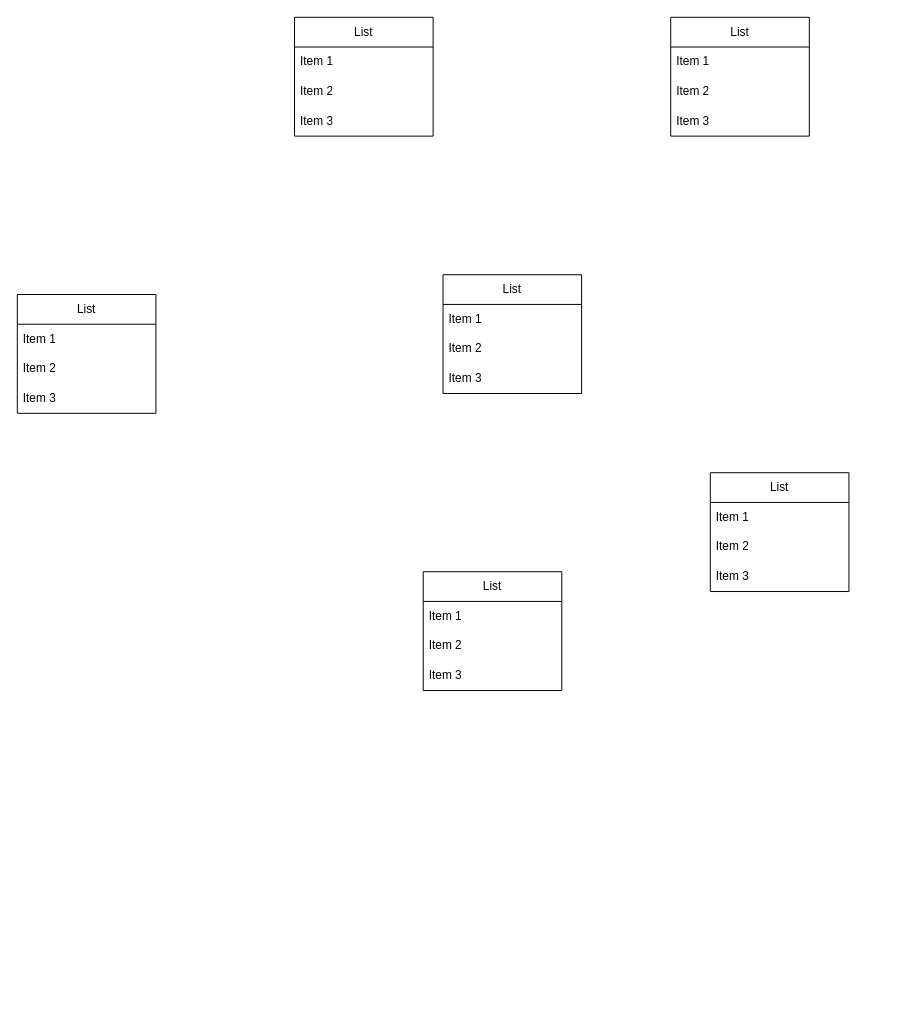
Above: admin/Diagramme sans nom.drawio in Felania-f/supercar (draw.io), before the change. Source tidied: cells renumbered, new cells numbered last; positions are measured from the earlier drawing's top-left corner, leaving out a move shared by most shapes. Both pictures are drawn from the tidied source at 99%, with x=0, y=0 at pixel (17, 17).
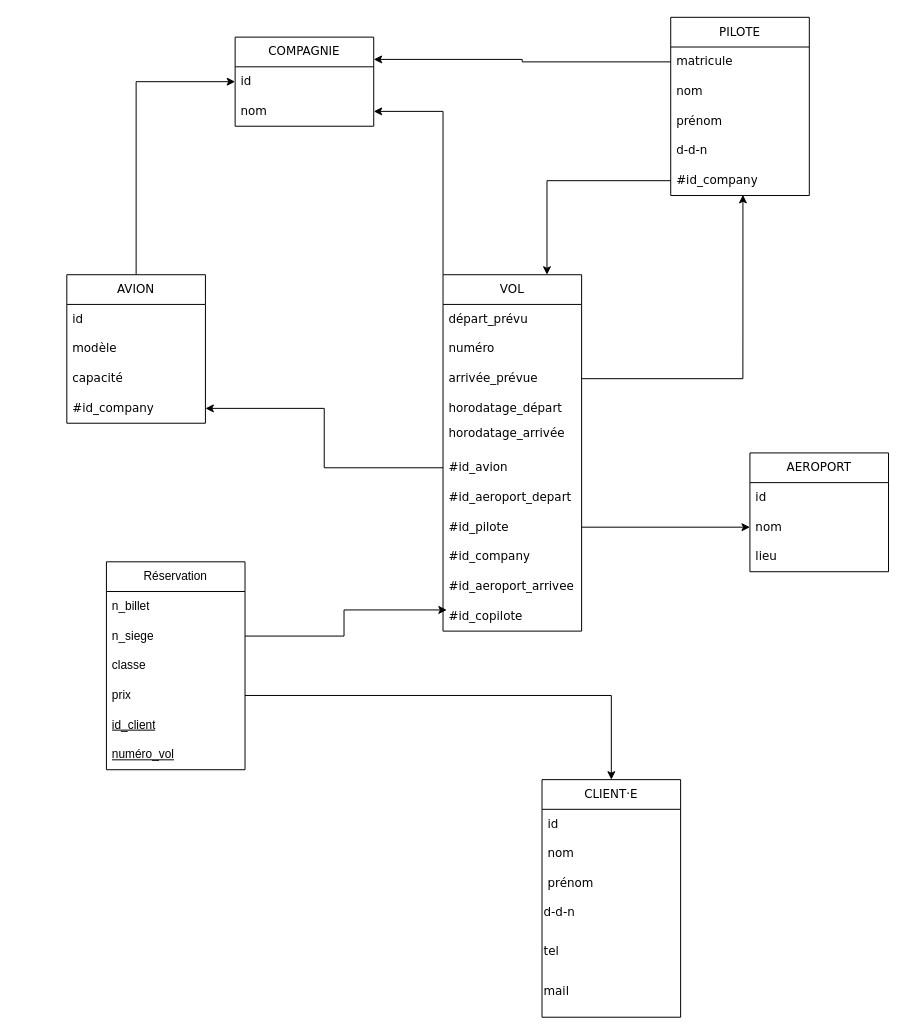
After the change.

Commit message (it also covers changes not shown here):
Mettre à jour Diagramme sans nom.drawio

The edit, as a diff of the source:
```diff
@@
+    <mxCell id="26" style="edgeStyle=orthogonalEdgeStyle;rounded=0;jettySize=auto;html=1;exitX=0;exitY=0;exitDx=0;exitDy=0;entryX=1;entryY=0.5;entryDx=0;entryDy=0;" parent="1" edge="1" source="2" target="8">
+      <mxGeometry relative="1" as="geometry" />
+    </mxCell>
-    <mxCell id="2" value="List" style="swimlane;fontStyle=0;horizontal=1;startSize=30;whiteSpace=wrap;html=1;" parent="1" vertex="1">
-      <mxGeometry x="430" y="260" width="140" height="120" as="geometry" />
+    <mxCell id="2" value="&lt;span style=&quot;font-family: Verdana; text-align: start; text-wrap: nowrap;&quot;&gt;VOL&lt;/span&gt;" style="swimlane;fontStyle=0;horizontal=1;startSize=30;whiteSpace=wrap;html=1;" parent="1" vertex="1">
+      <mxGeometry x="430" y="260" width="140" height="360" as="geometry" />
     </mxCell>
+    <mxCell id="4" value="&lt;span style=&quot;font-family: Verdana; text-wrap: nowrap;&quot;&gt;départ_prévu&lt;/span&gt;" style="text;strokeColor=none;fillColor=none;align=left;verticalAlign=middle;spacingLeft=4;spacingRight=4;overflow=hidden;whiteSpace=wrap;html=1;" parent="2" vertex="1">
+      <mxGeometry y="30" width="140" height="30" as="geometry" />
+    </mxCell>
-    <mxCell id="3" value="Item 1" style="text;strokeColor=none;fillColor=none;align=left;verticalAlign=middle;spacingLeft=4;spacingRight=4;overflow=hidden;whiteSpace=wrap;html=1;" parent="2" vertex="1">
-      <mxGeometry y="30" width="140" height="30" as="geometry" />
+    <mxCell id="3" value="&lt;span style=&quot;font-family: Verdana; text-wrap: nowrap;&quot;&gt;numéro&lt;/span&gt;" style="text;strokeColor=none;fillColor=none;align=left;verticalAlign=middle;spacingLeft=4;spacingRight=4;overflow=hidden;whiteSpace=wrap;html=1;" parent="2" vertex="1">
+      <mxGeometry y="60" width="140" height="30" as="geometry" />
     </mxCell>
-    <mxCell id="4" value="Item 2" style="text;strokeColor=none;fillColor=none;align=left;verticalAlign=middle;spacingLeft=4;spacingRight=4;overflow=hidden;whiteSpace=wrap;html=1;" parent="2" vertex="1">
-      <mxGeometry y="60" width="140" height="30" as="geometry" />
-    </mxCell>
-    <mxCell id="5" value="Item 3" style="text;strokeColor=none;fillColor=none;align=left;verticalAlign=middle;spacingLeft=4;spacingRight=4;overflow=hidden;points=[[0,0.5],[1,0.5]];portConstraint=eastwest;whiteSpace=wrap;html=1;" parent="2" vertex="1">
+    <mxCell id="5" value="&lt;span style=&quot;font-family: Verdana; text-wrap: nowrap;&quot;&gt;arrivée_prévue&lt;/span&gt;" style="text;strokeColor=none;fillColor=none;align=left;verticalAlign=middle;spacingLeft=4;spacingRight=4;overflow=hidden;points=[[0,0.5],[1,0.5]];portConstraint=eastwest;whiteSpace=wrap;html=1;" parent="2" vertex="1">
       <mxGeometry y="90" width="140" height="30" as="geometry" />
     </mxCell>
+    <mxCell id="27" value="&lt;span style=&quot;font-family: Verdana; text-wrap: nowrap;&quot;&gt;horodatage_départ&lt;/span&gt;" style="text;strokeColor=none;fillColor=none;align=left;verticalAlign=middle;spacingLeft=4;spacingRight=4;overflow=hidden;whiteSpace=wrap;html=1;" parent="2" vertex="1">
+      <mxGeometry y="120" width="140" height="30" as="geometry" />
+    </mxCell>
+    <mxCell id="28" value="&lt;span style=&quot;font-family: Verdana; text-wrap: nowrap;&quot;&gt;horodatage_arrivée&lt;/span&gt;&lt;div&gt;&lt;br&gt;&lt;/div&gt;" style="text;strokeColor=none;fillColor=none;align=left;verticalAlign=middle;spacingLeft=4;spacingRight=4;overflow=hidden;whiteSpace=wrap;html=1;" parent="2" vertex="1">
+      <mxGeometry y="150" width="140" height="30" as="geometry" />
+    </mxCell>
+    <mxCell id="29" value="&lt;div&gt;&lt;font face=&quot;Verdana&quot;&gt;&lt;span style=&quot;text-wrap: nowrap;&quot;&gt;#id_avion&lt;/span&gt;&lt;/font&gt;&lt;/div&gt;" style="text;strokeColor=none;fillColor=none;align=left;verticalAlign=middle;spacingLeft=4;spacingRight=4;overflow=hidden;points=[[0,0.5],[1,0.5]];portConstraint=eastwest;whiteSpace=wrap;html=1;" parent="2" vertex="1">
+      <mxGeometry y="180" width="140" height="30" as="geometry" />
+    </mxCell>
+    <mxCell id="30" value="&lt;font face=&quot;Verdana&quot;&gt;&lt;span style=&quot;text-wrap: nowrap;&quot;&gt;#id_aeroport_depart&lt;/span&gt;&lt;/font&gt;" style="text;strokeColor=none;fillColor=none;align=left;verticalAlign=middle;spacingLeft=4;spacingRight=4;overflow=hidden;whiteSpace=wrap;html=1;" parent="2" vertex="1">
+      <mxGeometry y="210" width="140" height="30" as="geometry" />
+    </mxCell>
+    <mxCell id="31" value="&lt;font face=&quot;Verdana&quot;&gt;&lt;span style=&quot;text-wrap: nowrap;&quot;&gt;#id_pilote&lt;/span&gt;&lt;/font&gt;" style="text;strokeColor=none;fillColor=none;align=left;verticalAlign=middle;spacingLeft=4;spacingRight=4;overflow=hidden;points=[[0,0.5],[1,0.5]];portConstraint=eastwest;whiteSpace=wrap;html=1;" parent="2" vertex="1">
+      <mxGeometry y="240" width="140" height="30" as="geometry" />
+    </mxCell>
+    <mxCell id="32" value="&lt;font face=&quot;Verdana&quot;&gt;&lt;span style=&quot;text-wrap: nowrap;&quot;&gt;#id_company&lt;/span&gt;&lt;/font&gt;" style="text;strokeColor=none;fillColor=none;align=left;verticalAlign=middle;spacingLeft=4;spacingRight=4;overflow=hidden;whiteSpace=wrap;html=1;" parent="2" vertex="1">
+      <mxGeometry y="270" width="140" height="30" as="geometry" />
+    </mxCell>
+    <mxCell id="33" value="&lt;font face=&quot;Verdana&quot;&gt;&lt;span style=&quot;text-wrap: nowrap;&quot;&gt;#id_aeroport_arrivee&lt;/span&gt;&lt;/font&gt;" style="text;strokeColor=none;fillColor=none;align=left;verticalAlign=middle;spacingLeft=4;spacingRight=4;overflow=hidden;whiteSpace=wrap;html=1;" parent="2" vertex="1">
+      <mxGeometry y="300" width="140" height="30" as="geometry" />
+    </mxCell>
+    <mxCell id="34" value="&lt;font face=&quot;Verdana&quot;&gt;&lt;span style=&quot;text-wrap: nowrap;&quot;&gt;#id_copilote&lt;/span&gt;&lt;/font&gt;" style="text;strokeColor=none;fillColor=none;align=left;verticalAlign=middle;spacingLeft=4;spacingRight=4;overflow=hidden;points=[[0,0.5],[1,0.5]];portConstraint=eastwest;whiteSpace=wrap;html=1;" parent="2" vertex="1">
+      <mxGeometry y="330" width="140" height="30" as="geometry" />
+    </mxCell>
-    <mxCell id="6" value="List" style="swimlane;fontStyle=0;horizontal=1;startSize=30;whiteSpace=wrap;html=1;" parent="1" vertex="1">
-      <mxGeometry x="280" width="140" height="120" as="geometry" />
+    <mxCell id="6" value="&lt;span style=&quot;font-family: Verdana; text-align: start; text-wrap: nowrap;&quot;&gt;COMPAGNIE&lt;/span&gt;" style="swimlane;fontStyle=0;horizontal=1;startSize=30;whiteSpace=wrap;html=1;" parent="1" vertex="1">
+      <mxGeometry x="220" y="20" width="140" height="90" as="geometry" />
     </mxCell>
-    <mxCell id="7" value="Item 1" style="text;strokeColor=none;fillColor=none;align=left;verticalAlign=middle;spacingLeft=4;spacingRight=4;overflow=hidden;points=[[0,0.5],[1,0.5]];portConstraint=eastwest;whiteSpace=wrap;html=1;" parent="6" vertex="1">
+    <mxCell id="7" value="&lt;span style=&quot;font-family: Verdana; text-wrap: nowrap;&quot;&gt;id&lt;/span&gt;" style="text;strokeColor=none;fillColor=none;align=left;verticalAlign=middle;spacingLeft=4;spacingRight=4;overflow=hidden;points=[[0,0.5],[1,0.5]];portConstraint=eastwest;whiteSpace=wrap;html=1;" parent="6" vertex="1">
       <mxGeometry y="30" width="140" height="30" as="geometry" />
     </mxCell>
-    <mxCell id="8" value="Item 2" style="text;strokeColor=none;fillColor=none;align=left;verticalAlign=middle;spacingLeft=4;spacingRight=4;overflow=hidden;points=[[0,0.5],[1,0.5]];portConstraint=eastwest;whiteSpace=wrap;html=1;" parent="6" vertex="1">
+    <mxCell id="8" value="&lt;span style=&quot;font-family: Verdana; text-wrap: nowrap;&quot;&gt;nom&lt;/span&gt;" style="text;strokeColor=none;fillColor=none;align=left;verticalAlign=middle;spacingLeft=4;spacingRight=4;overflow=hidden;points=[[0,0.5],[1,0.5]];portConstraint=eastwest;whiteSpace=wrap;html=1;" parent="6" vertex="1">
       <mxGeometry y="60" width="140" height="30" as="geometry" />
     </mxCell>
-    <mxCell id="9" value="Item 3" style="text;strokeColor=none;fillColor=none;align=left;verticalAlign=middle;spacingLeft=4;spacingRight=4;overflow=hidden;whiteSpace=wrap;html=1;" parent="6" vertex="1">
-      <mxGeometry y="90" width="140" height="30" as="geometry" />
-    </mxCell>
-    <mxCell id="10" value="List" style="swimlane;fontStyle=0;horizontal=1;startSize=30;whiteSpace=wrap;html=1;" parent="1" vertex="1">
-      <mxGeometry x="660" width="140" height="120" as="geometry" />
+    <mxCell id="10" value="&lt;span style=&quot;font-family: Verdana; text-align: start; text-wrap: nowrap;&quot;&gt;PILOTE&lt;/span&gt;" style="swimlane;fontStyle=0;horizontal=1;startSize=30;whiteSpace=wrap;html=1;" parent="1" vertex="1">
+      <mxGeometry x="660" width="140" height="180" as="geometry" />
     </mxCell>
-    <mxCell id="11" value="Item 1" style="text;strokeColor=none;fillColor=none;align=left;verticalAlign=middle;spacingLeft=4;spacingRight=4;overflow=hidden;points=[[0,0.5],[1,0.5]];portConstraint=eastwest;whiteSpace=wrap;html=1;" parent="10" vertex="1">
+    <mxCell id="11" value="&lt;span style=&quot;font-family: Verdana; text-wrap: nowrap;&quot;&gt;matricule&lt;/span&gt;" style="text;strokeColor=none;fillColor=none;align=left;verticalAlign=middle;spacingLeft=4;spacingRight=4;overflow=hidden;points=[[0,0.5],[1,0.5]];portConstraint=eastwest;whiteSpace=wrap;html=1;" parent="10" vertex="1">
       <mxGeometry y="30" width="140" height="30" as="geometry" />
     </mxCell>
-    <mxCell id="12" value="Item 2" style="text;strokeColor=none;fillColor=none;align=left;verticalAlign=middle;spacingLeft=4;spacingRight=4;overflow=hidden;whiteSpace=wrap;html=1;" parent="10" vertex="1">
+    <mxCell id="12" value="&lt;span style=&quot;font-family: Verdana; text-wrap: nowrap;&quot;&gt;nom&lt;/span&gt;" style="text;strokeColor=none;fillColor=none;align=left;verticalAlign=middle;spacingLeft=4;spacingRight=4;overflow=hidden;whiteSpace=wrap;html=1;" parent="10" vertex="1">
       <mxGeometry y="60" width="140" height="30" as="geometry" />
     </mxCell>
-    <mxCell id="13" value="Item 3" style="text;strokeColor=none;fillColor=none;align=left;verticalAlign=middle;spacingLeft=4;spacingRight=4;overflow=hidden;whiteSpace=wrap;html=1;" parent="10" vertex="1">
+    <mxCell id="13" value="&lt;span style=&quot;font-family: Verdana; text-wrap: nowrap;&quot;&gt;prénom&lt;/span&gt;" style="text;strokeColor=none;fillColor=none;align=left;verticalAlign=middle;spacingLeft=4;spacingRight=4;overflow=hidden;whiteSpace=wrap;html=1;" parent="10" vertex="1">
       <mxGeometry y="90" width="140" height="30" as="geometry" />
     </mxCell>
+    <mxCell id="35" value="&lt;span style=&quot;font-family: Verdana; text-wrap: nowrap;&quot;&gt;d-d-n&lt;/span&gt;" style="text;strokeColor=none;fillColor=none;align=left;verticalAlign=middle;spacingLeft=4;spacingRight=4;overflow=hidden;whiteSpace=wrap;html=1;" parent="10" vertex="1">
+      <mxGeometry y="120" width="140" height="30" as="geometry" />
+    </mxCell>
+    <mxCell id="36" value="&lt;font face=&quot;Verdana&quot;&gt;&lt;span style=&quot;text-wrap: nowrap;&quot;&gt;#id_company&lt;/span&gt;&lt;/font&gt;" style="text;strokeColor=none;fillColor=none;align=left;verticalAlign=middle;spacingLeft=4;spacingRight=4;overflow=hidden;points=[[0,0.5],[1,0.5]];portConstraint=eastwest;whiteSpace=wrap;html=1;" parent="10" vertex="1">
+      <mxGeometry y="150" width="140" height="30" as="geometry" />
+    </mxCell>
+    <mxCell id="37" style="edgeStyle=orthogonalEdgeStyle;rounded=0;jettySize=auto;html=1;exitX=0.5;exitY=0;exitDx=0;exitDy=0;entryX=0;entryY=0.5;entryDx=0;entryDy=0;" parent="1" edge="1" source="14" target="7">
+      <mxGeometry relative="1" as="geometry" />
+    </mxCell>
-    <mxCell id="14" value="List" style="swimlane;fontStyle=0;horizontal=1;startSize=30;whiteSpace=wrap;html=1;" parent="1" vertex="1">
-      <mxGeometry y="280" width="140" height="120" as="geometry" />
+    <mxCell id="14" value="&lt;span style=&quot;font-family: Verdana; text-align: start; text-wrap: nowrap;&quot;&gt;AVION&lt;/span&gt;" style="swimlane;fontStyle=0;horizontal=1;startSize=30;whiteSpace=wrap;html=1;" parent="1" vertex="1">
+      <mxGeometry x="50" y="260" width="140" height="150" as="geometry" />
     </mxCell>
-    <mxCell id="15" value="Item 1" style="text;strokeColor=none;fillColor=none;align=left;verticalAlign=middle;spacingLeft=4;spacingRight=4;overflow=hidden;whiteSpace=wrap;html=1;" parent="14" vertex="1">
+    <mxCell id="15" value="&lt;span style=&quot;font-family: Verdana; text-wrap: nowrap;&quot;&gt;id&lt;/span&gt;" style="text;strokeColor=none;fillColor=none;align=left;verticalAlign=middle;spacingLeft=4;spacingRight=4;overflow=hidden;whiteSpace=wrap;html=1;" parent="14" vertex="1">
       <mxGeometry y="30" width="140" height="30" as="geometry" />
     </mxCell>
-    <mxCell id="16" value="Item 2" style="text;strokeColor=none;fillColor=none;align=left;verticalAlign=middle;spacingLeft=4;spacingRight=4;overflow=hidden;whiteSpace=wrap;html=1;" parent="14" vertex="1">
+    <mxCell id="16" value="&lt;span style=&quot;font-family: Verdana; text-wrap: nowrap;&quot;&gt;modèle&lt;/span&gt;" style="text;strokeColor=none;fillColor=none;align=left;verticalAlign=middle;spacingLeft=4;spacingRight=4;overflow=hidden;whiteSpace=wrap;html=1;" parent="14" vertex="1">
       <mxGeometry y="60" width="140" height="30" as="geometry" />
     </mxCell>
-    <mxCell id="17" value="Item 3" style="text;strokeColor=none;fillColor=none;align=left;verticalAlign=middle;spacingLeft=4;spacingRight=4;overflow=hidden;whiteSpace=wrap;html=1;" parent="14" vertex="1">
+    <mxCell id="17" value="&lt;span style=&quot;font-family: Verdana; text-wrap: nowrap;&quot;&gt;capacité&lt;/span&gt;" style="text;strokeColor=none;fillColor=none;align=left;verticalAlign=middle;spacingLeft=4;spacingRight=4;overflow=hidden;whiteSpace=wrap;html=1;" parent="14" vertex="1">
       <mxGeometry y="90" width="140" height="30" as="geometry" />
     </mxCell>
+    <mxCell id="38" value="&lt;font face=&quot;Verdana&quot;&gt;&lt;span style=&quot;text-wrap: nowrap;&quot;&gt;#id_company&lt;/span&gt;&lt;/font&gt;" style="text;strokeColor=none;fillColor=none;align=left;verticalAlign=middle;spacingLeft=4;spacingRight=4;overflow=hidden;points=[[0,0.5],[1,0.5]];portConstraint=eastwest;whiteSpace=wrap;html=1;" parent="14" vertex="1">
+      <mxGeometry y="120" width="140" height="30" as="geometry" />
+    </mxCell>
-    <mxCell id="18" value="List" style="swimlane;fontStyle=0;horizontal=1;startSize=30;whiteSpace=wrap;html=1;" parent="1" vertex="1">
-      <mxGeometry x="410" y="560" width="140" height="120" as="geometry" />
+    <mxCell id="18" value="&lt;span style=&quot;font-family: Verdana; text-align: start; text-wrap: nowrap;&quot;&gt;CLIENT·E&lt;/span&gt;" style="swimlane;fontStyle=0;horizontal=1;startSize=30;whiteSpace=wrap;html=1;" parent="1" vertex="1">
+      <mxGeometry x="530" y="770" width="140" height="240" as="geometry" />
     </mxCell>
-    <mxCell id="19" value="Item 1" style="text;strokeColor=none;fillColor=none;align=left;verticalAlign=middle;spacingLeft=4;spacingRight=4;overflow=hidden;whiteSpace=wrap;html=1;" parent="18" vertex="1">
+    <mxCell id="19" value="&lt;span style=&quot;font-family: Verdana; text-wrap: nowrap;&quot;&gt;id&lt;/span&gt;" style="text;strokeColor=none;fillColor=none;align=left;verticalAlign=middle;spacingLeft=4;spacingRight=4;overflow=hidden;whiteSpace=wrap;html=1;" parent="18" vertex="1">
       <mxGeometry y="30" width="140" height="30" as="geometry" />
     </mxCell>
-    <mxCell id="20" value="Item 2" style="text;strokeColor=none;fillColor=none;align=left;verticalAlign=middle;spacingLeft=4;spacingRight=4;overflow=hidden;whiteSpace=wrap;html=1;" parent="18" vertex="1">
+    <mxCell id="20" value="&lt;span style=&quot;font-family: Verdana; text-wrap: nowrap;&quot;&gt;nom&lt;/span&gt;" style="text;strokeColor=none;fillColor=none;align=left;verticalAlign=middle;spacingLeft=4;spacingRight=4;overflow=hidden;whiteSpace=wrap;html=1;" parent="18" vertex="1">
       <mxGeometry y="60" width="140" height="30" as="geometry" />
     </mxCell>
-    <mxCell id="21" value="Item 3" style="text;strokeColor=none;fillColor=none;align=left;verticalAlign=middle;spacingLeft=4;spacingRight=4;overflow=hidden;whiteSpace=wrap;html=1;" parent="18" vertex="1">
+    <mxCell id="21" value="&lt;span style=&quot;font-family: Verdana; text-wrap: nowrap;&quot;&gt;prénom&lt;/span&gt;&lt;div&gt;&lt;/div&gt;&lt;div&gt;&lt;/div&gt;" style="text;strokeColor=none;fillColor=none;align=left;verticalAlign=middle;spacingLeft=4;spacingRight=4;overflow=hidden;whiteSpace=wrap;html=1;" parent="18" vertex="1">
       <mxGeometry y="90" width="140" height="30" as="geometry" />
     </mxCell>
+    <mxCell id="39" value="&lt;span style=&quot;font-family: Verdana; text-wrap: nowrap;&quot;&gt;d-d-n&lt;/span&gt;" style="text;whiteSpace=wrap;html=1;" parent="18" vertex="1">
+      <mxGeometry y="120" width="140" height="40" as="geometry" />
+    </mxCell>
+    <mxCell id="40" value="&lt;span style=&quot;font-family: Verdana; text-wrap: nowrap;&quot;&gt;tel&lt;/span&gt;" style="text;whiteSpace=wrap;html=1;" parent="18" vertex="1">
+      <mxGeometry y="160" width="140" height="40" as="geometry" />
+    </mxCell>
+    <mxCell id="41" value="&lt;span style=&quot;font-family: Verdana; text-wrap: nowrap;&quot;&gt;mail&lt;/span&gt;" style="text;whiteSpace=wrap;html=1;" parent="18" vertex="1">
+      <mxGeometry y="200" width="140" height="40" as="geometry" />
+    </mxCell>
-    <mxCell id="22" value="List" style="swimlane;fontStyle=0;horizontal=1;startSize=30;whiteSpace=wrap;html=1;" parent="1" vertex="1">
-      <mxGeometry x="700" y="460" width="140" height="120" as="geometry" />
+    <mxCell id="22" value="&lt;span style=&quot;font-family: Verdana; text-align: start; text-wrap: nowrap;&quot;&gt;AEROPORT&lt;/span&gt;" style="swimlane;fontStyle=0;horizontal=1;startSize=30;whiteSpace=wrap;html=1;" parent="1" vertex="1">
+      <mxGeometry x="740" y="440" width="140" height="120" as="geometry" />
     </mxCell>
-    <mxCell id="23" value="Item 1" style="text;strokeColor=none;fillColor=none;align=left;verticalAlign=middle;spacingLeft=4;spacingRight=4;overflow=hidden;whiteSpace=wrap;html=1;" parent="22" vertex="1">
+    <mxCell id="23" value="&lt;span style=&quot;font-family: Verdana; text-wrap: nowrap;&quot;&gt;id&lt;/span&gt;" style="text;strokeColor=none;fillColor=none;align=left;verticalAlign=middle;spacingLeft=4;spacingRight=4;overflow=hidden;whiteSpace=wrap;html=1;" parent="22" vertex="1">
       <mxGeometry y="30" width="140" height="30" as="geometry" />
     </mxCell>
-    <mxCell id="24" value="Item 2" style="text;strokeColor=none;fillColor=none;align=left;verticalAlign=middle;spacingLeft=4;spacingRight=4;overflow=hidden;points=[[0,0.5],[1,0.5]];portConstraint=eastwest;whiteSpace=wrap;html=1;" parent="22" vertex="1">
+    <mxCell id="24" value="&lt;span style=&quot;font-family: Verdana; text-wrap: nowrap;&quot;&gt;nom&lt;/span&gt;" style="text;strokeColor=none;fillColor=none;align=left;verticalAlign=middle;spacingLeft=4;spacingRight=4;overflow=hidden;points=[[0,0.5],[1,0.5]];portConstraint=eastwest;whiteSpace=wrap;html=1;" parent="22" vertex="1">
       <mxGeometry y="60" width="140" height="30" as="geometry" />
     </mxCell>
-    <mxCell id="25" value="Item 3" style="text;strokeColor=none;fillColor=none;align=left;verticalAlign=middle;spacingLeft=4;spacingRight=4;overflow=hidden;whiteSpace=wrap;html=1;" parent="22" vertex="1">
+    <mxCell id="25" value="&lt;span style=&quot;font-family: Verdana; text-wrap: nowrap;&quot;&gt;lieu&lt;/span&gt;" style="text;strokeColor=none;fillColor=none;align=left;verticalAlign=middle;spacingLeft=4;spacingRight=4;overflow=hidden;whiteSpace=wrap;html=1;" parent="22" vertex="1">
       <mxGeometry y="90" width="140" height="30" as="geometry" />
     </mxCell>
+    <mxCell id="42" value="Réservation" style="swimlane;fontStyle=0;horizontal=1;startSize=30;whiteSpace=wrap;html=1;" parent="1" vertex="1">
+      <mxGeometry x="90" y="550" width="140" height="210" as="geometry" />
+    </mxCell>
+    <mxCell id="43" value="n_billet" style="text;strokeColor=none;fillColor=none;align=left;verticalAlign=middle;spacingLeft=4;spacingRight=4;overflow=hidden;whiteSpace=wrap;html=1;" parent="42" vertex="1">
+      <mxGeometry y="30" width="140" height="30" as="geometry" />
+    </mxCell>
+    <mxCell id="44" value="n_siege" style="text;strokeColor=none;fillColor=none;align=left;verticalAlign=middle;spacingLeft=4;spacingRight=4;overflow=hidden;points=[[0,0.5],[1,0.5]];portConstraint=eastwest;whiteSpace=wrap;html=1;" parent="42" vertex="1">
+      <mxGeometry y="60" width="140" height="30" as="geometry" />
+    </mxCell>
+    <mxCell id="45" value="classe" style="text;strokeColor=none;fillColor=none;align=left;verticalAlign=middle;spacingLeft=4;spacingRight=4;overflow=hidden;whiteSpace=wrap;html=1;" parent="42" vertex="1">
+      <mxGeometry y="90" width="140" height="30" as="geometry" />
+    </mxCell>
+    <mxCell id="46" value="prix" style="text;strokeColor=none;fillColor=none;align=left;verticalAlign=middle;spacingLeft=4;spacingRight=4;overflow=hidden;points=[[0,0.5],[1,0.5]];portConstraint=eastwest;whiteSpace=wrap;html=1;" parent="42" vertex="1">
+      <mxGeometry y="120" width="140" height="30" as="geometry" />
+    </mxCell>
+    <mxCell id="47" value="&lt;u&gt;id_client&lt;/u&gt;" style="text;strokeColor=none;fillColor=none;align=left;verticalAlign=middle;spacingLeft=4;spacingRight=4;overflow=hidden;whiteSpace=wrap;html=1;" parent="42" vertex="1">
+      <mxGeometry y="150" width="140" height="30" as="geometry" />
+    </mxCell>
+    <mxCell id="48" value="&lt;u&gt;numéro_vol&lt;/u&gt;" style="text;strokeColor=none;fillColor=none;align=left;verticalAlign=middle;spacingLeft=4;spacingRight=4;overflow=hidden;whiteSpace=wrap;html=1;" parent="42" vertex="1">
+      <mxGeometry y="180" width="140" height="30" as="geometry" />
+    </mxCell>
+    <mxCell id="49" style="edgeStyle=orthogonalEdgeStyle;rounded=0;jettySize=auto;html=1;exitX=1;exitY=0.5;exitDx=0;exitDy=0;entryX=0.521;entryY=0.98;entryDx=0;entryDy=0;entryPerimeter=0;" parent="1" edge="1" source="5" target="36">
+      <mxGeometry relative="1" as="geometry" />
+    </mxCell>
+    <mxCell id="50" style="edgeStyle=orthogonalEdgeStyle;rounded=0;jettySize=auto;html=1;exitX=1;exitY=0.5;exitDx=0;exitDy=0;entryX=0.5;entryY=0;entryDx=0;entryDy=0;" parent="1" edge="1" source="46" target="18">
+      <mxGeometry relative="1" as="geometry" />
+    </mxCell>
+    <mxCell id="51" style="edgeStyle=orthogonalEdgeStyle;rounded=0;jettySize=auto;html=1;exitX=1;exitY=0.5;exitDx=0;exitDy=0;entryX=0.027;entryY=0.287;entryDx=0;entryDy=0;entryPerimeter=0;" parent="1" edge="1" source="44" target="34">
+      <mxGeometry relative="1" as="geometry" />
+    </mxCell>
+    <mxCell id="52" style="edgeStyle=orthogonalEdgeStyle;rounded=0;jettySize=auto;html=1;exitX=0;exitY=0.5;exitDx=0;exitDy=0;entryX=1;entryY=0.5;entryDx=0;entryDy=0;" parent="1" edge="1" source="29" target="38">
+      <mxGeometry relative="1" as="geometry" />
+    </mxCell>
+    <mxCell id="53" style="edgeStyle=orthogonalEdgeStyle;rounded=0;jettySize=auto;html=1;exitX=1;exitY=0.5;exitDx=0;exitDy=0;entryX=0;entryY=0.5;entryDx=0;entryDy=0;" parent="1" edge="1" source="31" target="24">
+      <mxGeometry relative="1" as="geometry" />
+    </mxCell>
+    <mxCell id="54" style="edgeStyle=orthogonalEdgeStyle;rounded=0;jettySize=auto;html=1;exitX=0;exitY=0.5;exitDx=0;exitDy=0;entryX=1;entryY=0.25;entryDx=0;entryDy=0;" parent="1" edge="1" source="11" target="6">
+      <mxGeometry relative="1" as="geometry" />
+    </mxCell>
+    <mxCell id="55" style="edgeStyle=orthogonalEdgeStyle;rounded=0;jettySize=auto;html=1;exitX=0;exitY=0.5;exitDx=0;exitDy=0;entryX=0.75;entryY=0;entryDx=0;entryDy=0;" parent="1" edge="1" source="36" target="2">
+      <mxGeometry relative="1" as="geometry" />
+    </mxCell>
```
